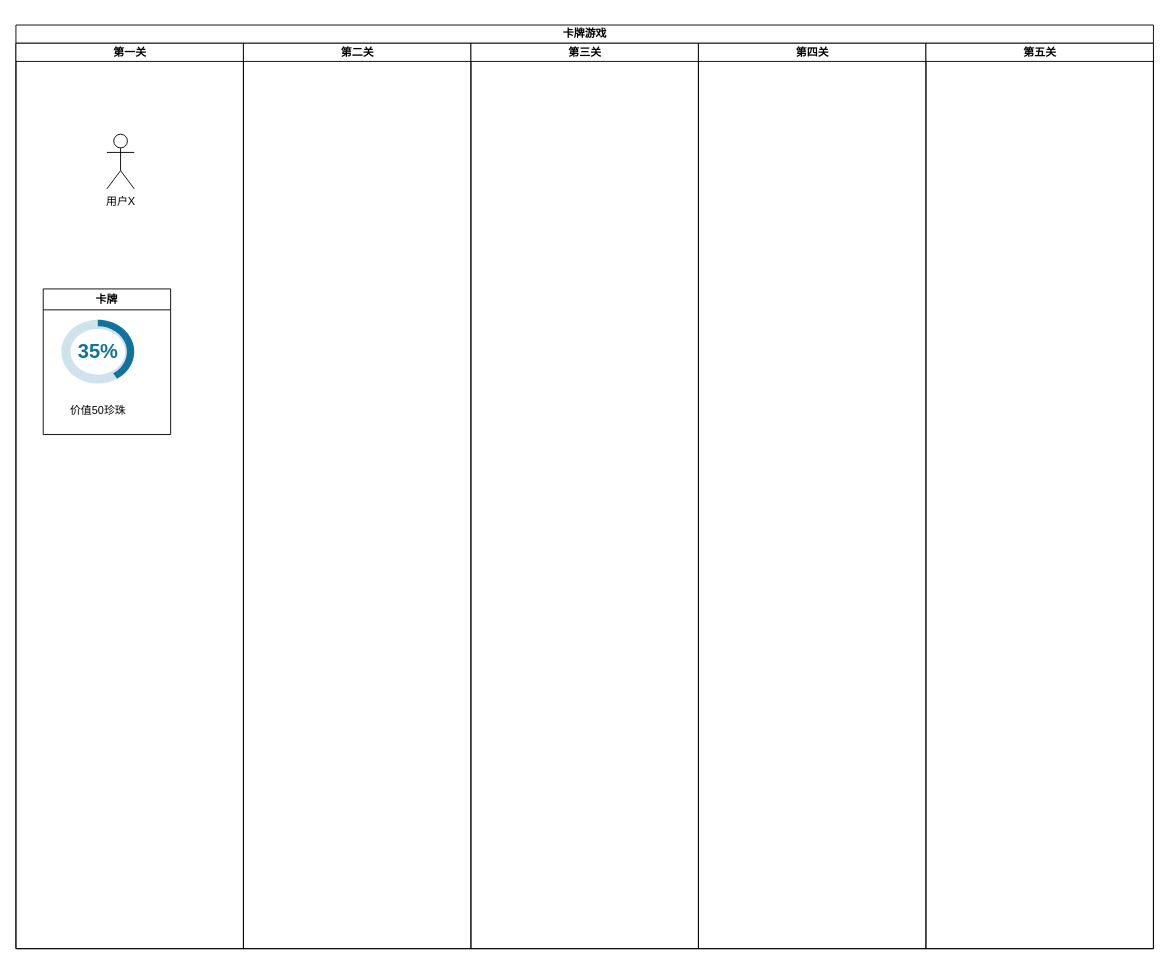
Earlier version of the draw.io diagram 卡牌游戏.drawio (xinyangbest/diagrams). Source tidied: cells renumbered, new cells numbered last; positions are measured from the earlier drawing's top-left corner, leaving out a move shared by most shapes. Both pictures are drawn from the tidied source at 91%, with x=0, y=0 at pixel (15, 25).
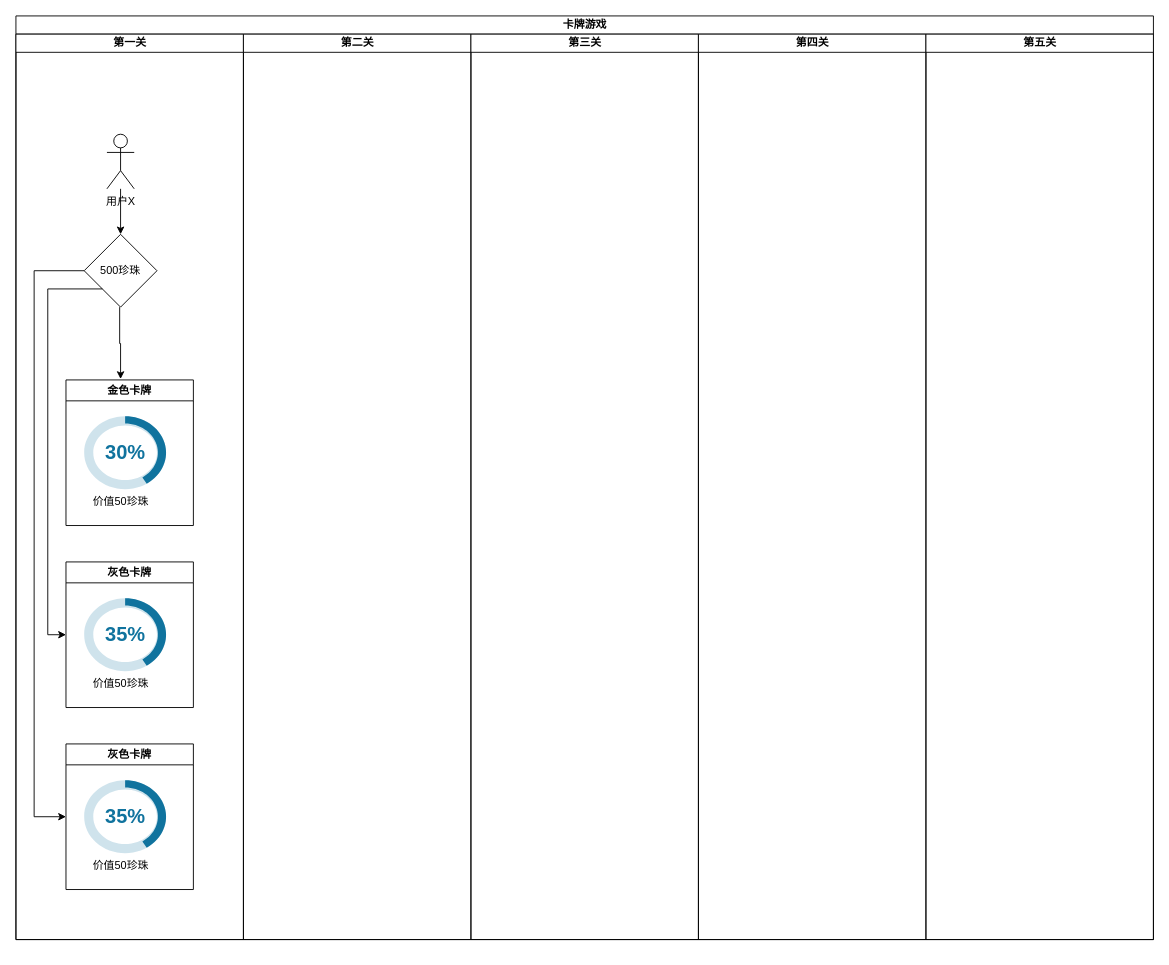
Above is the later version.

The change refers to these unchanged cells:
```xml
<mxCell id="3" value="第一关" style="swimlane;html=1;startSize=20;" parent="2" vertex="1">
  <mxGeometry y="20" width="250" height="995" as="geometry" />
</mxCell>
<mxCell id="12" value="用户X" style="shape=umlActor;verticalLabelPosition=bottom;verticalAlign=top;html=1;" parent="1" vertex="1">
  <mxGeometry x="100" y="120" width="30" height="60" as="geometry" />
</mxCell>
```

What changed in the source:
```diff
@@
     <mxCell id="2" value="卡牌游戏" style="swimlane;html=1;startSize=20;rounded=0;shadow=0;comic=0;labelBackgroundColor=none;strokeWidth=1;fontFamily=Verdana;fontSize=12;align=center;" parent="1" vertex="1">
-      <mxGeometry width="1250" height="1015" as="geometry" />
+      <mxGeometry y="-10" width="1250" height="1015" as="geometry" />
     </mxCell>
@@
-    <mxCell id="4" value="卡牌" style="swimlane;" parent="3" vertex="1">
-      <mxGeometry x="30" y="270" width="140" height="160" as="geometry" />
-    </mxCell>
-    <mxCell id="5" style="verticalLabelPosition=bottom;verticalAlign=top;html=1;shape=mxgraph.basic.donut;dx=10;strokeColor=none;fillColor=#10739E;fontSize=10;align=center;fillOpacity=20;" parent="4" vertex="1">
-      <mxGeometry x="20" y="34" width="80" height="70" as="geometry" />
-    </mxCell>
-    <mxCell id="6" value="35%" style="verticalLabelPosition=middle;verticalAlign=middle;html=1;shape=mxgraph.basic.partConcEllipse;startAngle=0;endAngle=0.411590426175908;arcWidth=0.2;strokeColor=none;fillColor=#10739E;fontSize=22;fontColor=#10739E;align=center;fontStyle=1;" parent="5" vertex="1">
-      <mxGeometry width="80" height="70" as="geometry" />
-    </mxCell>
-    <mxCell id="7" value="价值50珍珠" style="text;html=1;align=center;verticalAlign=middle;strokeColor=none;" parent="4" vertex="1">
-      <mxGeometry x="20" y="124" width="80" height="20" as="geometry" />
-    </mxCell>
+    <mxCell id="13" value="灰色卡牌" style="swimlane;" parent="3" vertex="1">
+      <mxGeometry x="55" y="580" width="140" height="160" as="geometry" />
+    </mxCell>
+    <mxCell id="14" style="verticalLabelPosition=bottom;verticalAlign=top;html=1;shape=mxgraph.basic.donut;dx=10;strokeColor=none;fillColor=#10739E;fontSize=10;align=center;fillOpacity=20;" parent="13" vertex="1">
+      <mxGeometry x="20" y="40" width="90" height="80" as="geometry" />
+    </mxCell>
+    <mxCell id="15" value="35%" style="verticalLabelPosition=middle;verticalAlign=middle;html=1;shape=mxgraph.basic.partConcEllipse;startAngle=0;endAngle=0.411590426175908;arcWidth=0.2;strokeColor=none;fillColor=#10739E;fontSize=22;fontColor=#10739E;align=center;fontStyle=1;" parent="14" vertex="1">
+      <mxGeometry width="90" height="80" as="geometry" />
+    </mxCell>
+    <mxCell id="16" value="价值50珍珠" style="text;html=1;align=center;verticalAlign=middle;strokeColor=none;" parent="13" vertex="1">
+      <mxGeometry x="20" y="124" width="80" height="20" as="geometry" />
+    </mxCell>
+    <mxCell id="17" style="edgeStyle=orthogonalEdgeStyle;rounded=0;orthogonalLoop=1;jettySize=auto;html=1;entryX=0.436;entryY=-0.006;entryDx=0;entryDy=0;entryPerimeter=0;" parent="3" edge="1">
+      <mxGeometry relative="1" as="geometry">
+        <mxPoint x="114" y="300" as="sourcePoint" />
+        <mxPoint x="115" y="379" as="targetPoint" />
+        <Array as="points">
+          <mxPoint x="114" y="340" />
+          <mxPoint x="115" y="340" />
+        </Array>
+      </mxGeometry>
+    </mxCell>
+    <mxCell id="18" value="500珍珠" style="rhombus;whiteSpace=wrap;html=1;" parent="3" vertex="1">
+      <mxGeometry x="75" y="220" width="80" height="80" as="geometry" />
+    </mxCell>
+    <mxCell id="19" value="金色卡牌" style="swimlane;" parent="3" vertex="1">
+      <mxGeometry x="55" y="380" width="140" height="160" as="geometry" />
+    </mxCell>
+    <mxCell id="20" style="verticalLabelPosition=bottom;verticalAlign=top;html=1;shape=mxgraph.basic.donut;dx=10;strokeColor=none;fillColor=#10739E;fontSize=10;align=center;fillOpacity=20;" parent="19" vertex="1">
+      <mxGeometry x="20" y="40" width="90" height="80" as="geometry" />
+    </mxCell>
+    <mxCell id="21" value="30%" style="verticalLabelPosition=middle;verticalAlign=middle;html=1;shape=mxgraph.basic.partConcEllipse;startAngle=0;endAngle=0.411590426175908;arcWidth=0.2;strokeColor=none;fillColor=#10739E;fontSize=22;fontColor=#10739E;align=center;fontStyle=1;" parent="20" vertex="1">
+      <mxGeometry width="90" height="80" as="geometry" />
+    </mxCell>
+    <mxCell id="22" value="价值50珍珠" style="text;html=1;align=center;verticalAlign=middle;strokeColor=none;" parent="19" vertex="1">
+      <mxGeometry x="20" y="124" width="80" height="20" as="geometry" />
+    </mxCell>
+    <mxCell id="23" value="灰色卡牌" style="swimlane;" parent="3" vertex="1">
+      <mxGeometry x="55" y="780" width="140" height="160" as="geometry" />
+    </mxCell>
+    <mxCell id="24" style="verticalLabelPosition=bottom;verticalAlign=top;html=1;shape=mxgraph.basic.donut;dx=10;strokeColor=none;fillColor=#10739E;fontSize=10;align=center;fillOpacity=20;" parent="23" vertex="1">
+      <mxGeometry x="20" y="40" width="90" height="80" as="geometry" />
+    </mxCell>
+    <mxCell id="25" value="35%" style="verticalLabelPosition=middle;verticalAlign=middle;html=1;shape=mxgraph.basic.partConcEllipse;startAngle=0;endAngle=0.411590426175908;arcWidth=0.2;strokeColor=none;fillColor=#10739E;fontSize=22;fontColor=#10739E;align=center;fontStyle=1;" parent="24" vertex="1">
+      <mxGeometry width="90" height="80" as="geometry" />
+    </mxCell>
+    <mxCell id="26" value="价值50珍珠" style="text;html=1;align=center;verticalAlign=middle;strokeColor=none;" parent="23" vertex="1">
+      <mxGeometry x="20" y="124" width="80" height="20" as="geometry" />
+    </mxCell>
+    <mxCell id="27" style="edgeStyle=orthogonalEdgeStyle;rounded=0;jettySize=auto;html=1;entryX=0;entryY=0.5;entryDx=0;entryDy=0;" parent="3" edge="1" source="18" target="23">
+      <mxGeometry relative="1" as="geometry">
+        <Array as="points">
+          <mxPoint x="20" y="260" />
+          <mxPoint x="20" y="860" />
+        </Array>
+      </mxGeometry>
+    </mxCell>
+    <mxCell id="28" style="edgeStyle=orthogonalEdgeStyle;rounded=0;jettySize=auto;html=1;exitX=0;exitY=1;exitDx=0;exitDy=0;entryX=0;entryY=0.5;entryDx=0;entryDy=0;" parent="3" edge="1" source="18" target="13">
+      <mxGeometry relative="1" as="geometry">
+        <Array as="points">
+          <mxPoint x="35" y="280" />
+          <mxPoint x="35" y="660" />
+        </Array>
+      </mxGeometry>
+    </mxCell>
@@
+    <mxCell id="29" style="edgeStyle=orthogonalEdgeStyle;rounded=0;jettySize=auto;html=1;" parent="1" edge="1" source="12" target="18">
+      <mxGeometry relative="1" as="geometry" />
+    </mxCell>
```
